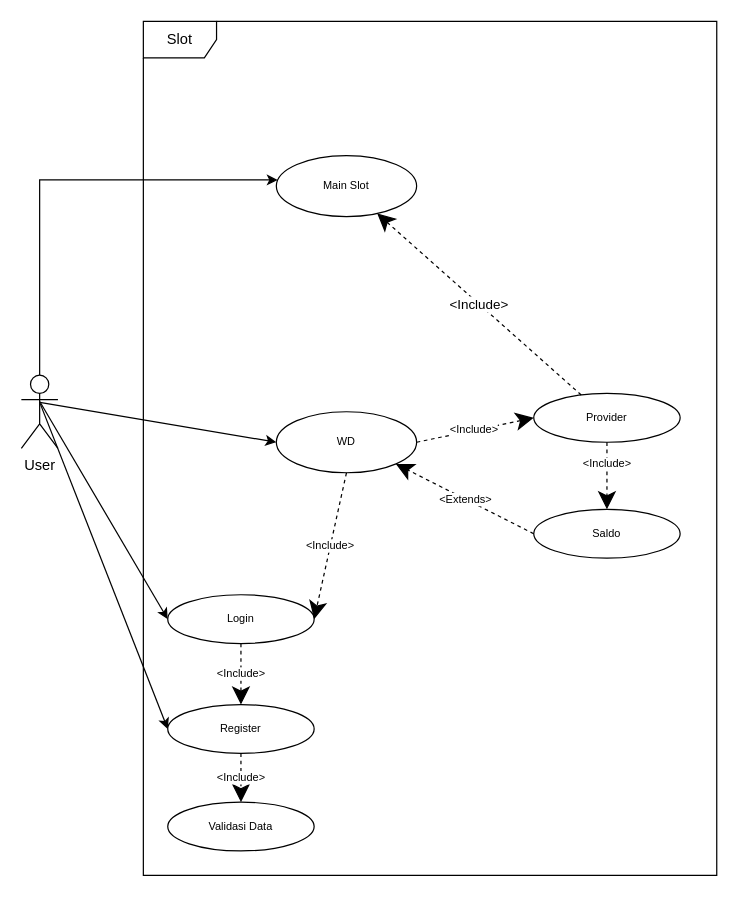
Before: page "UseCase Slot" (5 of 5) of slot.drawio in irvansindy/slot, a draw.io diagram. Source tidied: cells renumbered, new cells numbered last; positions are measured from the earlier drawing's top-left corner, leaving out a move shared by most shapes. Both pictures are drawn from the tidied source at 122%, with x=0, y=0 at pixel (21, 21).
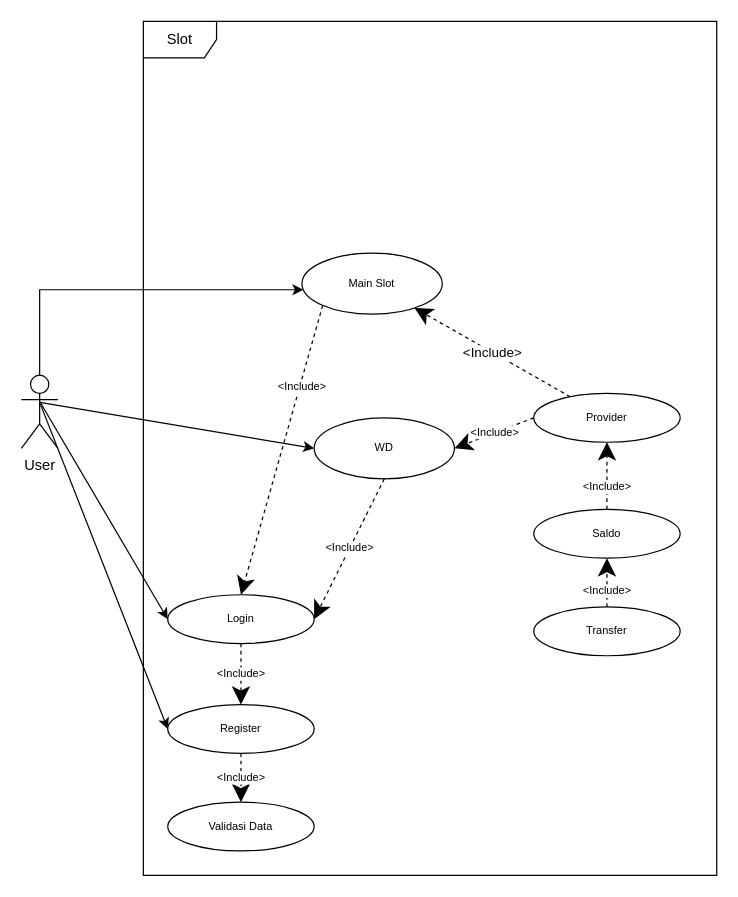
After the change.

The change refers to these unchanged cells:
```xml
<mxCell id="4" value="User" style="shape=umlActor;verticalLabelPosition=bottom;verticalAlign=top;html=1;" parent="1" vertex="1">
  <mxGeometry y="290" width="30" height="60" as="geometry" />
</mxCell>
<mxCell id="5" value="Login" style="ellipse;whiteSpace=wrap;html=1;fontSize=9;" parent="1" vertex="1">
  <mxGeometry x="120" y="470" width="120" height="40" as="geometry" />
</mxCell>
<mxCell id="14" value="Provider" style="ellipse;whiteSpace=wrap;html=1;fontSize=9;" parent="1" vertex="1">
  <mxGeometry x="420" y="305" width="120" height="40" as="geometry" />
</mxCell>
<mxCell id="16" value="Saldo" style="ellipse;whiteSpace=wrap;html=1;fontSize=9;" parent="1" vertex="1">
  <mxGeometry x="420" y="400" width="120" height="40" as="geometry" />
</mxCell>
```

Change to the diagram source:
```diff
@@
     <mxCell id="3" style="edgeStyle=orthogonalEdgeStyle;rounded=0;jettySize=auto;html=1;" parent="1" edge="1" source="4" target="21">
       <mxGeometry relative="1" as="geometry">
         <Array as="points">
-          <mxPoint x="15" y="130" />
+          <mxPoint x="15" y="220" />
         </Array>
       </mxGeometry>
     </mxCell>
@@
     <mxCell id="12" value="WD" style="ellipse;whiteSpace=wrap;html=1;fontSize=9;" parent="1" vertex="1">
-      <mxGeometry x="209" y="320" width="115" height="50" as="geometry" />
+      <mxGeometry x="240" y="325" width="115" height="50" as="geometry" />
     </mxCell>
@@
-    <mxCell id="18" value="&amp;lt;Extends&amp;gt;" style="endArrow=classic;endSize=12;dashed=1;html=1;rounded=0;fontSize=9;exitX=0;exitY=0.5;exitDx=0;exitDy=0;entryX=1;entryY=1;entryDx=0;entryDy=0;endFill=1;" parent="1" edge="1" source="16" target="12">
-      <mxGeometry relative="1" as="geometry" />
-    </mxCell>
-    <mxCell id="19" value="&amp;lt;Include&amp;gt;" style="endArrow=classic;endSize=12;dashed=1;html=1;rounded=0;fontSize=9;exitX=0.5;exitY=1;exitDx=0;exitDy=0;entryX=0.5;entryY=0;entryDx=0;entryDy=0;endFill=1;" parent="1" edge="1" source="14" target="16">
+    <mxCell id="19" value="&amp;lt;Include&amp;gt;" style="endArrow=classic;endSize=12;dashed=1;html=1;rounded=0;fontSize=9;exitX=0.5;exitY=0;exitDx=0;exitDy=0;entryX=0.5;entryY=1;entryDx=0;entryDy=0;endFill=1;" parent="1" edge="1" source="16" target="14">
       <mxGeometry x="-0.33" relative="1" as="geometry" />
     </mxCell>
-    <mxCell id="20" value="&amp;lt;Include&amp;gt;" style="endArrow=classic;endSize=12;dashed=1;html=1;rounded=0;fontSize=9;exitX=1;exitY=0.5;exitDx=0;exitDy=0;entryX=0;entryY=0.5;entryDx=0;entryDy=0;endFill=1;" parent="1" edge="1" source="12" target="14">
+    <mxCell id="20" value="&amp;lt;Include&amp;gt;" style="endArrow=classic;endSize=12;dashed=1;html=1;rounded=0;fontSize=9;entryX=1;entryY=0.5;entryDx=0;entryDy=0;endFill=1;exitX=0;exitY=0.5;exitDx=0;exitDy=0;" parent="1" edge="1" source="14" target="12">
       <mxGeometry x="-0.03" relative="1" as="geometry" />
     </mxCell>
     <mxCell id="21" value="Main Slot" style="ellipse;whiteSpace=wrap;html=1;fontSize=9;" parent="1" vertex="1">
-      <mxGeometry x="209" y="110" width="115" height="50" as="geometry" />
+      <mxGeometry x="230" y="190" width="115" height="50" as="geometry" />
     </mxCell>
@@
+    <mxCell id="23" value="&amp;lt;Include&amp;gt;" style="endArrow=classic;endSize=12;dashed=1;html=1;rounded=0;fontSize=9;entryX=0.5;entryY=0;entryDx=0;entryDy=0;endFill=1;exitX=0;exitY=1;exitDx=0;exitDy=0;" parent="1" edge="1" source="21" target="5">
+      <mxGeometry x="-0.44" y="2" relative="1" as="geometry" />
+    </mxCell>
+    <mxCell id="24" value="Transfer" style="ellipse;whiteSpace=wrap;html=1;fontSize=9;" parent="1" vertex="1">
+      <mxGeometry x="420" y="480" width="120" height="40" as="geometry" />
+    </mxCell>
+    <mxCell id="25" value="&amp;lt;Include&amp;gt;" style="endArrow=classic;endSize=12;dashed=1;html=1;rounded=0;fontSize=9;exitX=0.5;exitY=0;exitDx=0;exitDy=0;entryX=0.5;entryY=1;entryDx=0;entryDy=0;endFill=1;" parent="1" edge="1" source="24" target="16">
+      <mxGeometry x="-0.33" relative="1" as="geometry" />
+    </mxCell>
```
